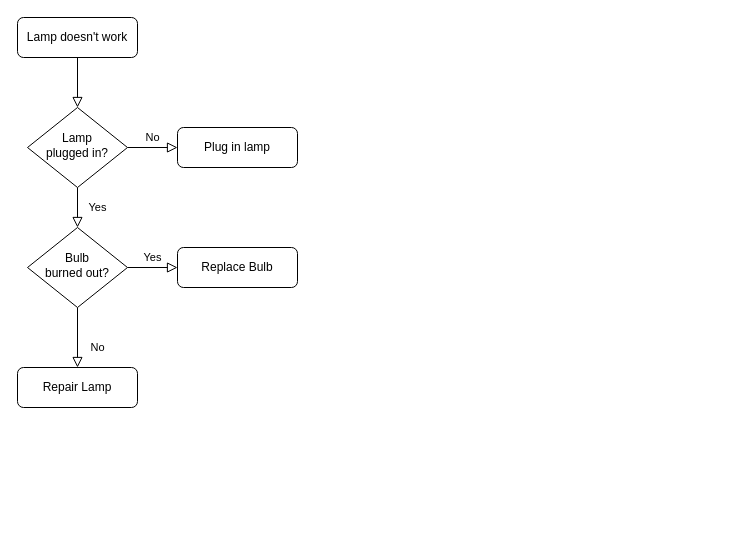
Earlier version of the draw.io diagram Untitled Diagram.drawio (Guh1234/Senai-versoes-colabora-oes). Source tidied: cells renumbered, new cells numbered last; positions are measured from the earlier drawing's top-left corner, leaving out a move shared by most shapes. Both pictures are drawn from the tidied source at 100%, with x=0, y=0 at pixel (17, 17).
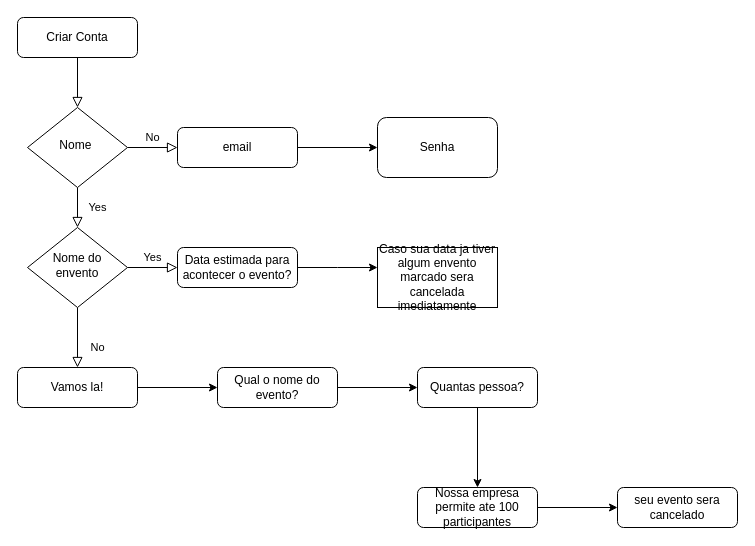
Above is the later version.

Change to the diagram source:
```diff
@@
-    <mxCell id="3" value="Lamp doesn't work" style="rounded=1;whiteSpace=wrap;html=1;fontSize=12;glass=0;strokeWidth=1;shadow=0;" parent="1" vertex="1">
+    <mxCell id="3" value="Criar Conta" style="rounded=1;whiteSpace=wrap;html=1;fontSize=12;glass=0;strokeWidth=1;shadow=0;" parent="1" vertex="1">
       <mxGeometry width="120" height="40" as="geometry" />
     </mxCell>
@@
-    <mxCell id="6" value="Lamp&lt;br&gt;plugged in?" style="rhombus;whiteSpace=wrap;html=1;shadow=0;fontFamily=Helvetica;fontSize=12;align=center;strokeWidth=1;spacing=6;spacingTop=-4;" parent="1" vertex="1">
+    <mxCell id="6" value="Nome&amp;nbsp;" style="rhombus;whiteSpace=wrap;html=1;shadow=0;fontFamily=Helvetica;fontSize=12;align=center;strokeWidth=1;spacing=6;spacingTop=-4;" parent="1" vertex="1">
       <mxGeometry x="10" y="90" width="100" height="80" as="geometry" />
     </mxCell>
+    <mxCell id="13" style="edgeStyle=orthogonalEdgeStyle;rounded=0;jettySize=auto;html=1;" parent="1" edge="1" source="7" target="16">
+      <mxGeometry relative="1" as="geometry" />
+    </mxCell>
-    <mxCell id="7" value="Plug in lamp" style="rounded=1;whiteSpace=wrap;html=1;fontSize=12;glass=0;strokeWidth=1;shadow=0;" parent="1" vertex="1">
+    <mxCell id="7" value="email" style="rounded=1;whiteSpace=wrap;html=1;fontSize=12;glass=0;strokeWidth=1;shadow=0;" parent="1" vertex="1">
       <mxGeometry x="160" y="110" width="120" height="40" as="geometry" />
     </mxCell>
@@
-    <mxCell id="10" value="Bulb&lt;br&gt;burned out?" style="rhombus;whiteSpace=wrap;html=1;shadow=0;fontFamily=Helvetica;fontSize=12;align=center;strokeWidth=1;spacing=6;spacingTop=-4;" parent="1" vertex="1">
+    <mxCell id="10" value="Nome do envento" style="rhombus;whiteSpace=wrap;html=1;shadow=0;fontFamily=Helvetica;fontSize=12;align=center;strokeWidth=1;spacing=6;spacingTop=-4;" parent="1" vertex="1">
       <mxGeometry x="10" y="210" width="100" height="80" as="geometry" />
     </mxCell>
+    <mxCell id="14" style="edgeStyle=orthogonalEdgeStyle;rounded=0;jettySize=auto;html=1;" parent="1" edge="1" source="11" target="19">
+      <mxGeometry relative="1" as="geometry" />
+    </mxCell>
-    <mxCell id="11" value="Repair Lamp" style="rounded=1;whiteSpace=wrap;html=1;fontSize=12;glass=0;strokeWidth=1;shadow=0;" parent="1" vertex="1">
+    <mxCell id="11" value="Vamos la!" style="rounded=1;whiteSpace=wrap;html=1;fontSize=12;glass=0;strokeWidth=1;shadow=0;" parent="1" vertex="1">
       <mxGeometry y="350" width="120" height="40" as="geometry" />
     </mxCell>
+    <mxCell id="15" style="edgeStyle=orthogonalEdgeStyle;rounded=0;jettySize=auto;html=1;" parent="1" edge="1" source="12">
+      <mxGeometry relative="1" as="geometry">
+        <mxPoint x="360" y="250" as="targetPoint" />
+      </mxGeometry>
+    </mxCell>
-    <mxCell id="12" value="Replace Bulb" style="rounded=1;whiteSpace=wrap;html=1;fontSize=12;glass=0;strokeWidth=1;shadow=0;" parent="1" vertex="1">
+    <mxCell id="12" value="Data estimada para acontecer o evento?" style="rounded=1;whiteSpace=wrap;html=1;fontSize=12;glass=0;strokeWidth=1;shadow=0;" parent="1" vertex="1">
       <mxGeometry x="160" y="230" width="120" height="40" as="geometry" />
     </mxCell>
+    <mxCell id="16" value="Senha" style="whiteSpace=wrap;html=1;rounded=1;shadow=0;strokeWidth=1;glass=0;" parent="1" vertex="1">
+      <mxGeometry x="360" y="100" width="120" height="60" as="geometry" />
+    </mxCell>
+    <mxCell id="17" value="Caso sua data ja tiver algum envento marcado sera cancelada imediatamente" style="rounded=0;whiteSpace=wrap;html=1;" parent="1" vertex="1">
+      <mxGeometry x="360" y="230" width="120" height="60" as="geometry" />
+    </mxCell>
+    <mxCell id="18" style="edgeStyle=orthogonalEdgeStyle;rounded=0;jettySize=auto;html=1;" parent="1" edge="1" source="19" target="21">
+      <mxGeometry relative="1" as="geometry" />
+    </mxCell>
+    <mxCell id="19" value="Qual o nome do evento?" style="rounded=1;whiteSpace=wrap;html=1;fontSize=12;glass=0;strokeWidth=1;shadow=0;" parent="1" vertex="1">
+      <mxGeometry x="200" y="350" width="120" height="40" as="geometry" />
+    </mxCell>
+    <mxCell id="20" style="edgeStyle=orthogonalEdgeStyle;rounded=0;jettySize=auto;html=1;" parent="1" edge="1" source="21" target="23">
+      <mxGeometry relative="1" as="geometry" />
+    </mxCell>
+    <mxCell id="21" value="Quantas pessoa?" style="rounded=1;whiteSpace=wrap;html=1;fontSize=12;glass=0;strokeWidth=1;shadow=0;" parent="1" vertex="1">
+      <mxGeometry x="400" y="350" width="120" height="40" as="geometry" />
+    </mxCell>
+    <mxCell id="22" style="edgeStyle=orthogonalEdgeStyle;rounded=0;jettySize=auto;html=1;" parent="1" edge="1" source="23" target="24">
+      <mxGeometry relative="1" as="geometry" />
+    </mxCell>
+    <mxCell id="23" value="Nossa empresa permite ate 100 participantes" style="rounded=1;whiteSpace=wrap;html=1;fontSize=12;glass=0;strokeWidth=1;shadow=0;" parent="1" vertex="1">
+      <mxGeometry x="400" y="470" width="120" height="40" as="geometry" />
+    </mxCell>
+    <mxCell id="24" value="seu evento sera cancelado" style="rounded=1;whiteSpace=wrap;html=1;fontSize=12;glass=0;strokeWidth=1;shadow=0;" parent="1" vertex="1">
+      <mxGeometry x="600" y="470" width="120" height="40" as="geometry" />
+    </mxCell>
```
